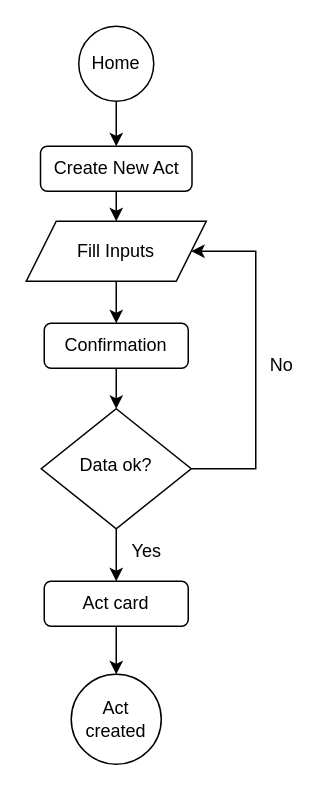
Before: staff/maria-navarrete/full-stack/final-project/docs/images/createDiagram.drawio in b00tc4mp/neoland-bootcamp-202201, a draw.io diagram. Source tidied: cells renumbered, new cells numbered last; positions are measured from the earlier drawing's top-left corner, leaving out a move shared by most shapes. Both pictures are drawn from the tidied source at 150%, with x=0, y=0 at pixel (26, 26).
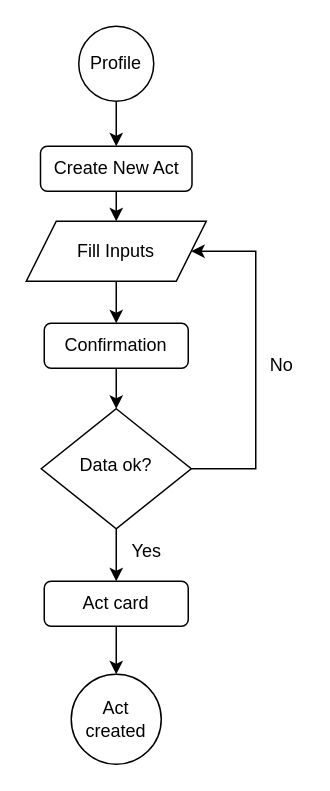
Above is the later version.

Change to the diagram source:
```diff
@@
 <mxGraphModel>
   <root>
     <mxCell id="0" />
     <mxCell id="1" parent="0" />
     <mxCell id="2" style="edgeStyle=orthogonalEdgeStyle;rounded=0;jettySize=auto;html=1;exitX=1;exitY=0.5;exitDx=0;exitDy=0;entryX=1;entryY=0.5;entryDx=0;entryDy=0;" parent="1" edge="1" source="4" target="10">
       <mxGeometry relative="1" as="geometry">
         <Array as="points">
           <mxPoint x="153" y="295" />
           <mxPoint x="153" y="150" />
         </Array>
       </mxGeometry>
     </mxCell>
     <mxCell id="3" style="edgeStyle=orthogonalEdgeStyle;rounded=0;jettySize=auto;html=1;exitX=0.5;exitY=1;exitDx=0;exitDy=0;entryX=0.5;entryY=0;entryDx=0;entryDy=0;" parent="1" edge="1" source="4" target="13">
       <mxGeometry relative="1" as="geometry" />
     </mxCell>
     <mxCell id="4" value="Data ok?" style="rhombus;whiteSpace=wrap;html=1;shadow=0;fontFamily=Helvetica;fontSize=12;align=center;strokeWidth=1;spacing=6;spacingTop=-4;" parent="1" vertex="1">
       <mxGeometry x="10" y="255" width="100" height="80" as="geometry" />
     </mxCell>
     <mxCell id="5" style="edgeStyle=orthogonalEdgeStyle;rounded=0;jettySize=auto;html=1;exitX=0.5;exitY=1;exitDx=0;exitDy=0;entryX=0.5;entryY=0;entryDx=0;entryDy=0;" parent="1" edge="1" source="10" target="17">
       <mxGeometry relative="1" as="geometry" />
     </mxCell>
     <mxCell id="6" style="edgeStyle=orthogonalEdgeStyle;rounded=0;jettySize=auto;html=1;exitX=0.5;exitY=1;exitDx=0;exitDy=0;entryX=0.5;entryY=0;entryDx=0;entryDy=0;" parent="1" edge="1" source="7" target="10">
       <mxGeometry relative="1" as="geometry" />
     </mxCell>
     <mxCell id="7" value="Create New Act" style="rounded=1;whiteSpace=wrap;html=1;fontSize=12;glass=0;strokeWidth=1;shadow=0;" parent="1" vertex="1">
       <mxGeometry x="9.5" y="80" width="101" height="30" as="geometry" />
     </mxCell>
     <mxCell id="8" style="edgeStyle=orthogonalEdgeStyle;rounded=0;jettySize=auto;html=1;exitX=0.5;exitY=1;exitDx=0;exitDy=0;" parent="1" edge="1" source="9" target="7">
       <mxGeometry relative="1" as="geometry" />
     </mxCell>
-    <mxCell id="9" value="Home" style="ellipse;whiteSpace=wrap;html=1;" parent="1" vertex="1">
+    <mxCell id="9" value="Profile" style="ellipse;whiteSpace=wrap;html=1;" parent="1" vertex="1">
       <mxGeometry x="35" width="50" height="50" as="geometry" />
     </mxCell>
     <mxCell id="10" value="Fill Inputs" style="shape=parallelogram;perimeter=parallelogramPerimeter;whiteSpace=wrap;html=1;fixedSize=1;" parent="1" vertex="1">
       <mxGeometry y="130" width="120" height="40" as="geometry" />
     </mxCell>
     <mxCell id="11" value="No" style="text;html=1;align=center;verticalAlign=middle;strokeColor=none;fillColor=none;" parent="1" vertex="1">
       <mxGeometry x="155" y="216" width="30" height="20" as="geometry" />
     </mxCell>
     <mxCell id="12" value="Yes" style="text;html=1;align=center;verticalAlign=middle;strokeColor=none;fillColor=none;" parent="1" vertex="1">
       <mxGeometry x="60" y="340" width="40" height="20" as="geometry" />
     </mxCell>
     <mxCell id="13" value="Act card" style="rounded=1;whiteSpace=wrap;html=1;fontSize=12;glass=0;strokeWidth=1;shadow=0;" parent="1" vertex="1">
       <mxGeometry x="12" y="370" width="96" height="30" as="geometry" />
     </mxCell>
     <mxCell id="14" value="Act created" style="ellipse;whiteSpace=wrap;html=1;" parent="1" vertex="1">
       <mxGeometry x="30" y="432" width="60" height="60" as="geometry" />
     </mxCell>
     <mxCell id="15" style="edgeStyle=orthogonalEdgeStyle;rounded=0;jettySize=auto;html=1;exitX=0.5;exitY=1;exitDx=0;exitDy=0;entryX=0.5;entryY=0;entryDx=0;entryDy=0;" parent="1" edge="1" source="13" target="14">
       <mxGeometry relative="1" as="geometry" />
     </mxCell>
     <mxCell id="16" style="edgeStyle=orthogonalEdgeStyle;rounded=0;jettySize=auto;html=1;exitX=0.5;exitY=1;exitDx=0;exitDy=0;" parent="1" edge="1" source="17" target="4">
       <mxGeometry relative="1" as="geometry" />
     </mxCell>
     <mxCell id="17" value="Confirmation" style="rounded=1;whiteSpace=wrap;html=1;fontSize=12;glass=0;strokeWidth=1;shadow=0;" parent="1" vertex="1">
       <mxGeometry x="12" y="198" width="96" height="30" as="geometry" />
     </mxCell>
   </root>
 </mxGraphModel>
```
